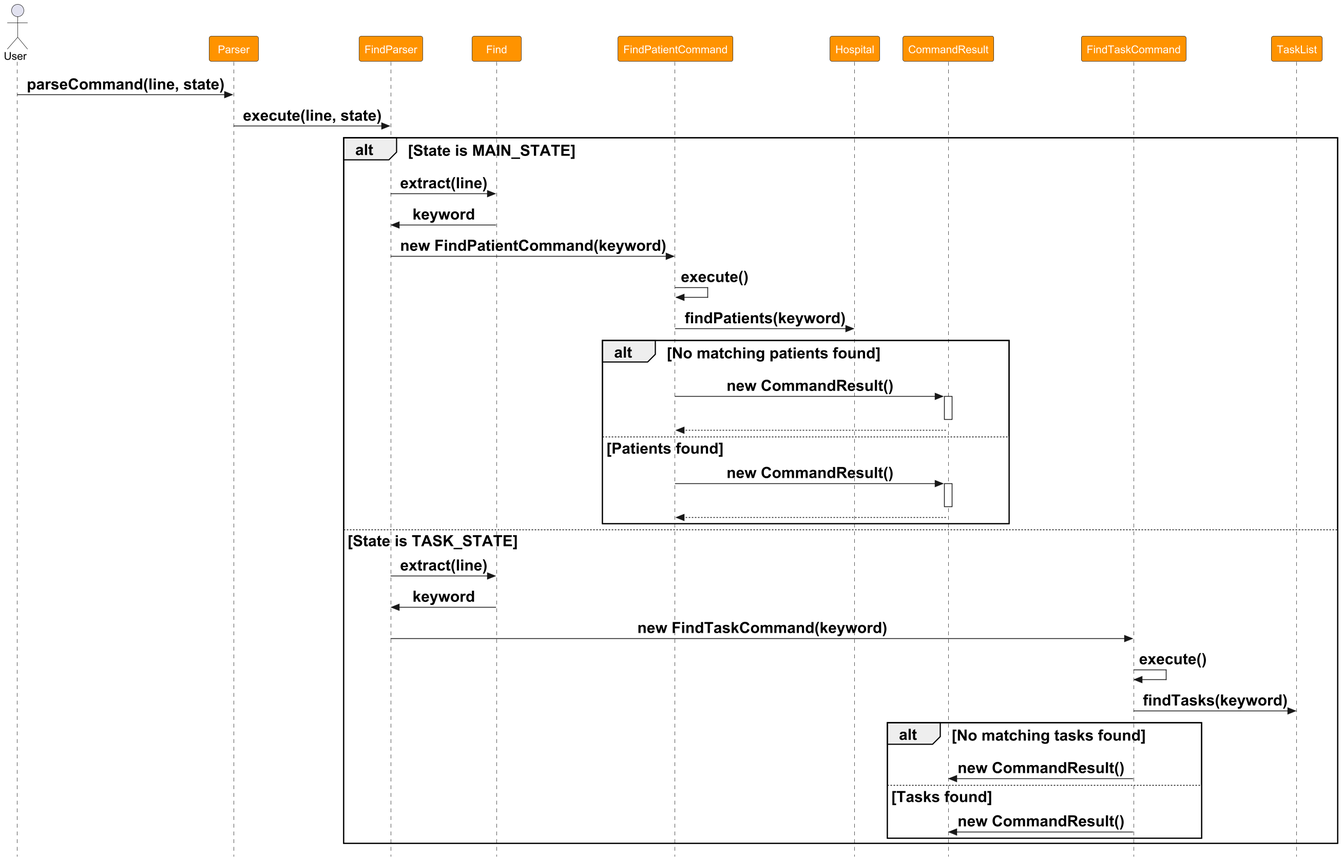
nus-cs2113-AY2425S1/tp keeps this PlantUML diagram as docs/images/FindSequenceDiagram.png. Above is the earlier version.
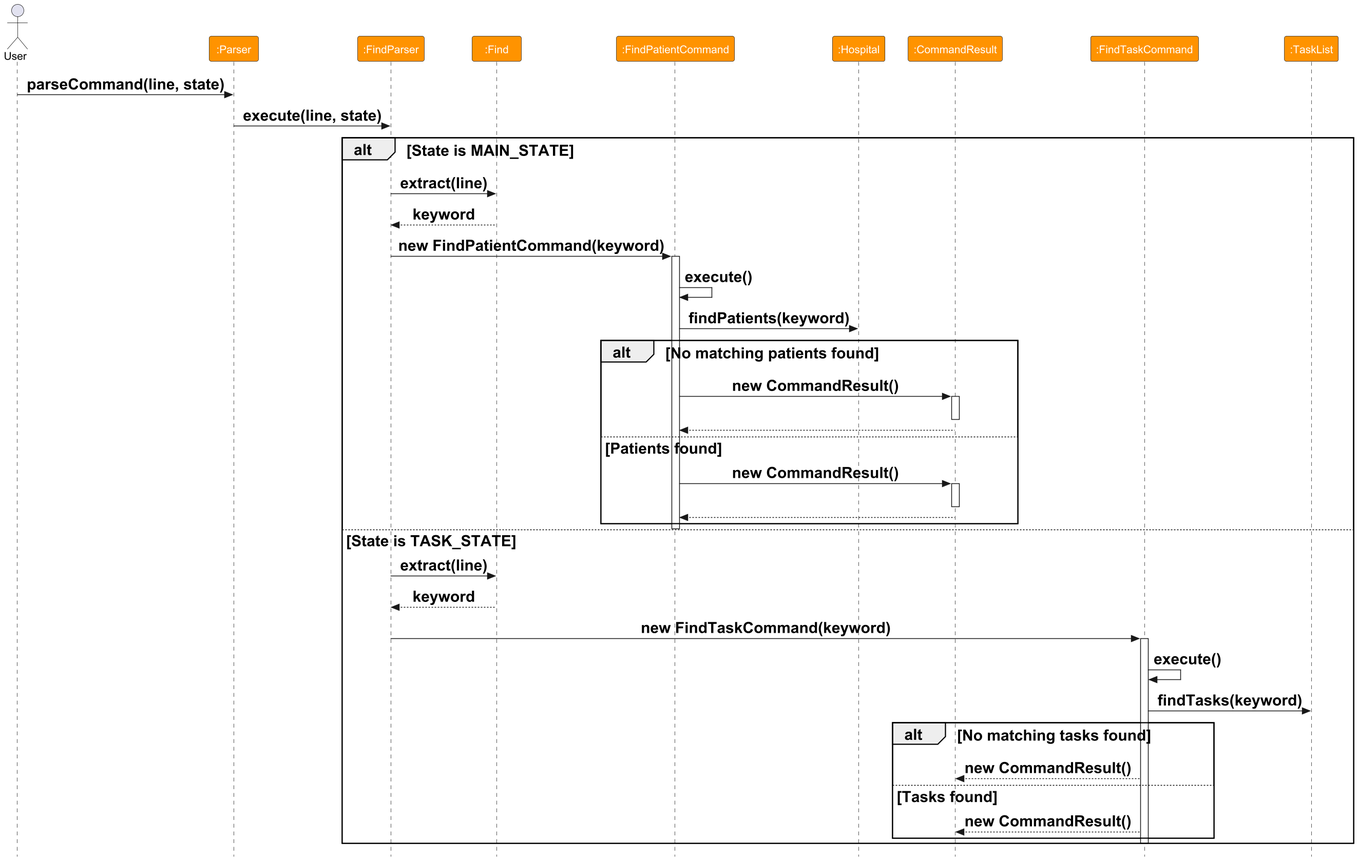
Later version of the same file.

Commit message:
Implement missing activator bars and relevant details such as return arrows and colon for instantiation

Diff of the diagram source:
```diff
@@ -5,14 +5,14 @@
 skinparam style strictuml
 
 actor User
-participant Parser PARSER_COLOR
-participant FindParser PARSER_COLOR
-participant Find PARSER_COLOR
-participant FindPatientCommand PARSER_COLOR
-participant Hospital PARSER_COLOR
-participant CommandResult PARSER_COLOR
-participant FindTaskCommand PARSER_COLOR
-participant TaskList PARSER_COLOR
+participant ":Parser" as Parser PARSER_COLOR
+participant ":FindParser" as FindParser PARSER_COLOR
+participant ":Find" as Find PARSER_COLOR
+participant ":FindPatientCommand" as FindPatientCommand PARSER_COLOR
+participant ":Hospital" as Hospital PARSER_COLOR
+participant ":CommandResult" as CommandResult PARSER_COLOR
+participant ":FindTaskCommand" as FindTaskCommand PARSER_COLOR
+participant ":TaskList" as TaskList PARSER_COLOR
 scale 1.5
 skinparam defaultFontSize 20
 
@@ -21,8 +21,9 @@
 
 alt State is MAIN_STATE
     FindParser -> Find : extract(line)
-    Find -> FindParser : keyword
+    Find --> FindParser : keyword
     FindParser -> FindPatientCommand : new FindPatientCommand(keyword)
+    activate FindPatientCommand
     FindPatientCommand -> FindPatientCommand : execute()
     FindPatientCommand -> Hospital : findPatients(keyword)
     alt No matching patients found
@@ -36,18 +37,20 @@
         deactivate CommandResult
         CommandResult --> FindPatientCommand
     end
+    deactivate FindPatientCommand
 else State is TASK_STATE
     FindParser -> Find : extract(line)
-    Find -> FindParser : keyword
+    Find --> FindParser : keyword
     FindParser -> FindTaskCommand : new FindTaskCommand(keyword)
+    activate FindTaskCommand
     FindTaskCommand -> FindTaskCommand : execute()
     FindTaskCommand -> TaskList : findTasks(keyword)
     alt No matching tasks found
-        FindTaskCommand -> CommandResult : new CommandResult()
+        FindTaskCommand --> CommandResult : new CommandResult()
     else Tasks found
-        FindTaskCommand -> CommandResult : new CommandResult()
+        FindTaskCommand --> CommandResult : new CommandResult()
     end
+    deactivate FindTaskCommand
 end
 
-
 @enduml
```
